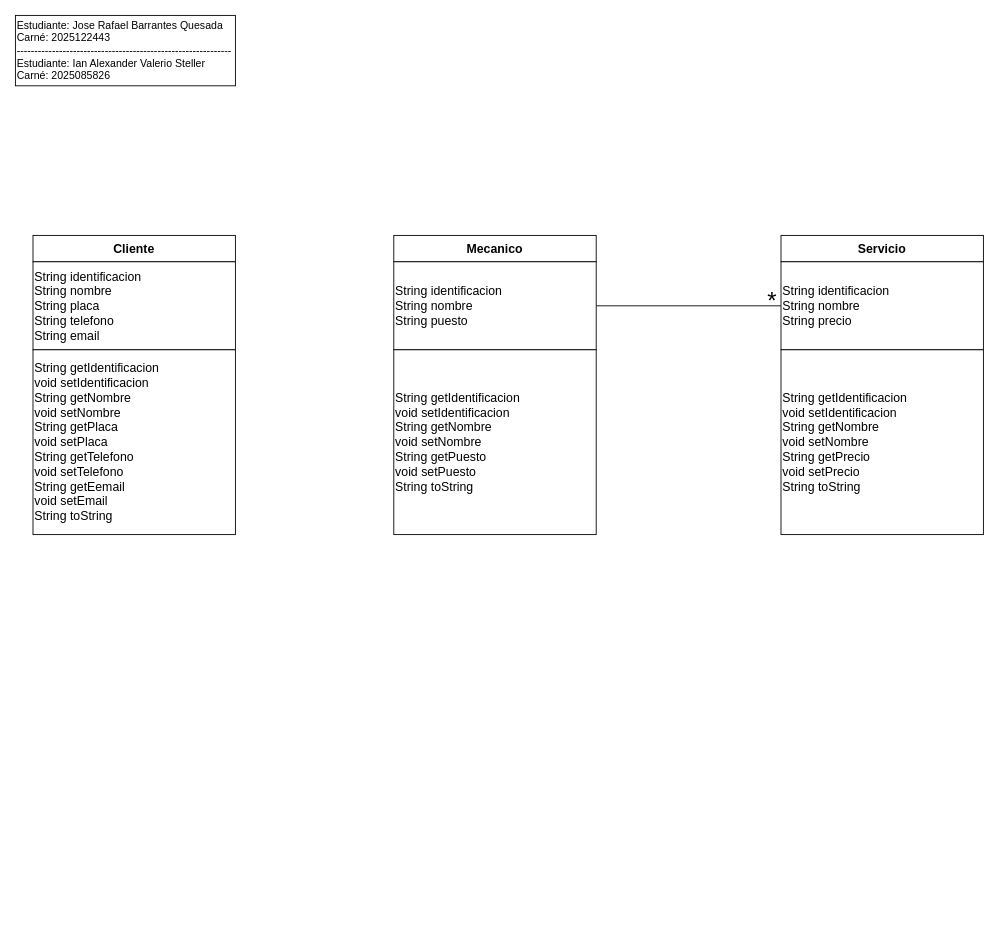
Before: Diagramas/Conceptos.drawio in RafaelBarrantes25/Proyecto-POO, a draw.io diagram. Source tidied: cells renumbered, new cells numbered last; positions are measured from the earlier drawing's top-left corner, leaving out a move shared by most shapes. Both pictures are drawn from the tidied source at 88%, with x=0, y=0 at pixel (15, 15).
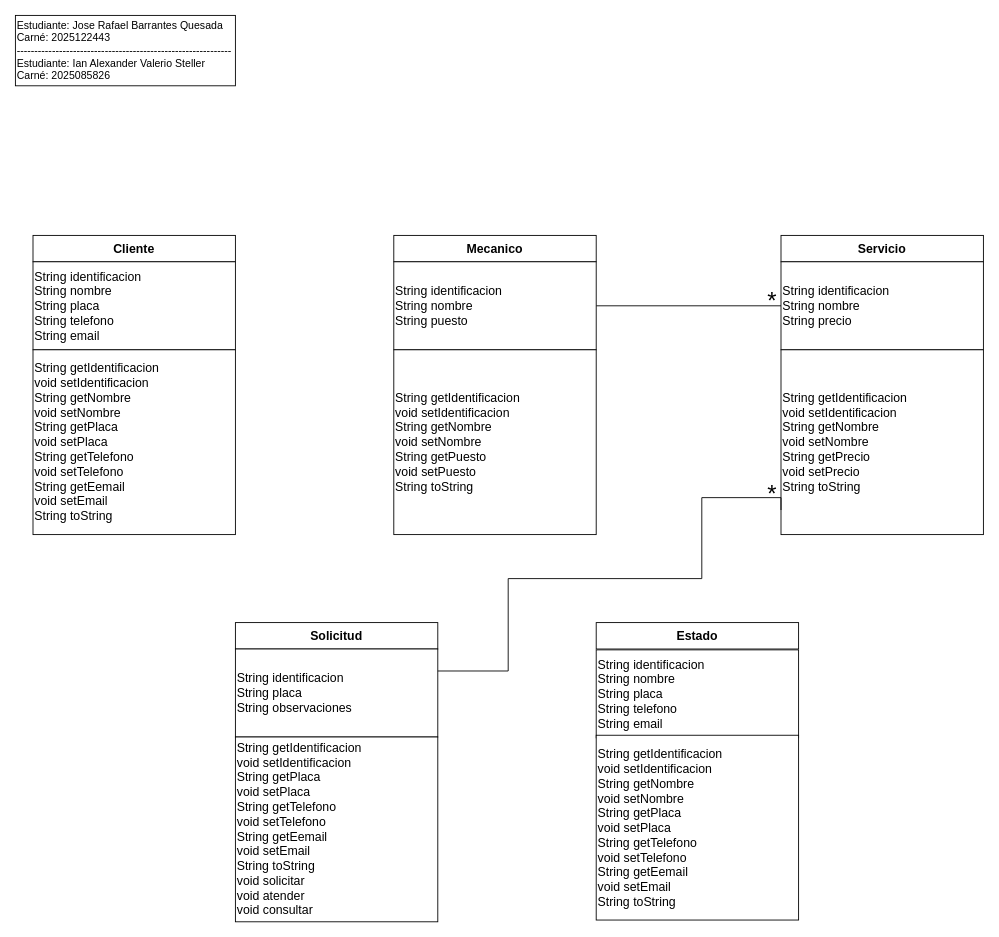
The same diagram, later.

The change refers to these unchanged cells:
```xml
<mxCell id="11" value="&lt;div&gt;&lt;font style=&quot;font-size: 14px;&quot;&gt;String getIdentificacion&lt;/font&gt;&lt;/div&gt;&lt;div&gt;&lt;font style=&quot;font-size: 14px;&quot;&gt;void setIdentificacion&lt;/font&gt;&lt;/div&gt;&lt;div&gt;&lt;font style=&quot;font-size: 14px;&quot;&gt;String getNombre&lt;/font&gt;&lt;/div&gt;&lt;div&gt;&lt;font style=&quot;font-size: 14px;&quot;&gt;void setNombre&lt;/font&gt;&lt;/div&gt;&lt;div&gt;&lt;font style=&quot;font-size: 14px;&quot;&gt;String getPrecio&lt;/font&gt;&lt;/div&gt;&lt;div&gt;&lt;font style=&quot;font-size: 14px;&quot;&gt;void setPrecio&lt;/font&gt;&lt;/div&gt;&lt;div&gt;&lt;font style=&quot;font-size: 14px;&quot;&gt;String toString&lt;/font&gt;&lt;/div&gt;" style="rounded=0;whiteSpace=wrap;html=1;align=left;" parent="1" vertex="1">
  <mxGeometry x="870" y="380" width="230" height="210" as="geometry" />
</mxCell>
```

What changed in the source:
```diff
@@
+    <mxCell id="14" value="&lt;font style=&quot;font-size: 14px;&quot;&gt;Solicitud&lt;/font&gt;" style="rounded=0;whiteSpace=wrap;html=1;fontStyle=1;" parent="1" vertex="1">
+      <mxGeometry x="250" y="690" width="230" height="30" as="geometry" />
+    </mxCell>
+    <mxCell id="15" value="&lt;div&gt;&lt;font style=&quot;font-size: 14px;&quot;&gt;String identificacion&lt;/font&gt;&lt;/div&gt;&lt;div&gt;&lt;font style=&quot;font-size: 14px;&quot;&gt;String placa&lt;/font&gt;&lt;/div&gt;&lt;div&gt;&lt;font style=&quot;font-size: 14px;&quot;&gt;String observaciones&lt;/font&gt;&lt;/div&gt;" style="rounded=0;whiteSpace=wrap;html=1;align=left;" parent="1" vertex="1">
+      <mxGeometry x="250" y="720" width="230" height="100" as="geometry" />
+    </mxCell>
+    <mxCell id="16" value="&lt;div&gt;&lt;font style=&quot;font-size: 14px;&quot;&gt;String getIdentificacion&lt;/font&gt;&lt;/div&gt;&lt;div&gt;&lt;font style=&quot;font-size: 14px;&quot;&gt;void setIdentificacion&lt;/font&gt;&lt;/div&gt;&lt;div&gt;&lt;span style=&quot;font-size: 14px; background-color: initial;&quot;&gt;String getPlaca&lt;/span&gt;&lt;br&gt;&lt;/div&gt;&lt;div&gt;&lt;font style=&quot;font-size: 14px;&quot;&gt;void setPlaca&lt;/font&gt;&lt;/div&gt;&lt;div&gt;&lt;font style=&quot;font-size: 14px;&quot;&gt;String getTelefono&lt;/font&gt;&lt;/div&gt;&lt;div&gt;&lt;font style=&quot;font-size: 14px;&quot;&gt;void setTelefono&lt;/font&gt;&lt;/div&gt;&lt;div&gt;&lt;font style=&quot;font-size: 14px;&quot;&gt;String getEemail&lt;/font&gt;&lt;/div&gt;&lt;div&gt;&lt;font style=&quot;font-size: 14px;&quot;&gt;void setEmail&lt;/font&gt;&lt;/div&gt;&lt;div&gt;&lt;font style=&quot;font-size: 14px;&quot;&gt;String toString&lt;/font&gt;&lt;/div&gt;&lt;div&gt;&lt;font style=&quot;font-size: 14px;&quot;&gt;void solicitar&lt;/font&gt;&lt;/div&gt;&lt;div&gt;&lt;font style=&quot;font-size: 14px;&quot;&gt;void atender&lt;/font&gt;&lt;/div&gt;&lt;div&gt;&lt;font style=&quot;font-size: 14px;&quot;&gt;void consultar&lt;/font&gt;&lt;/div&gt;" style="rounded=0;whiteSpace=wrap;html=1;align=left;" parent="1" vertex="1">
+      <mxGeometry x="250" y="820" width="230" height="210" as="geometry" />
+    </mxCell>
+    <mxCell id="17" value="&lt;font style=&quot;font-size: 14px;&quot;&gt;Estado&lt;/font&gt;" style="rounded=0;whiteSpace=wrap;html=1;fontStyle=1;" parent="1" vertex="1">
+      <mxGeometry x="660" y="690" width="230" height="30" as="geometry" />
+    </mxCell>
+    <mxCell id="18" value="&lt;div&gt;&lt;font style=&quot;font-size: 14px;&quot;&gt;String identificacion&lt;/font&gt;&lt;/div&gt;&lt;div&gt;&lt;font style=&quot;font-size: 14px;&quot;&gt;String nombre&lt;/font&gt;&lt;/div&gt;&lt;div&gt;&lt;font style=&quot;font-size: 14px;&quot;&gt;String placa&lt;/font&gt;&lt;/div&gt;&lt;div&gt;&lt;font style=&quot;font-size: 14px;&quot;&gt;String telefono&lt;/font&gt;&lt;/div&gt;&lt;div&gt;&lt;font style=&quot;font-size: 14px;&quot;&gt;String email&lt;/font&gt;&lt;/div&gt;" style="rounded=0;whiteSpace=wrap;html=1;align=left;" parent="1" vertex="1">
+      <mxGeometry x="660" y="721" width="230" height="100" as="geometry" />
+    </mxCell>
+    <mxCell id="19" value="&lt;div&gt;&lt;font style=&quot;font-size: 14px;&quot;&gt;String getIdentificacion&lt;/font&gt;&lt;/div&gt;&lt;div&gt;&lt;font style=&quot;font-size: 14px;&quot;&gt;void setIdentificacion&lt;/font&gt;&lt;/div&gt;&lt;div&gt;&lt;font style=&quot;font-size: 14px;&quot;&gt;String getNombre&lt;/font&gt;&lt;/div&gt;&lt;div&gt;&lt;font style=&quot;font-size: 14px;&quot;&gt;void setNombre&lt;/font&gt;&lt;/div&gt;&lt;div&gt;&lt;font style=&quot;font-size: 14px;&quot;&gt;String getPlaca&lt;/font&gt;&lt;/div&gt;&lt;div&gt;&lt;font style=&quot;font-size: 14px;&quot;&gt;void setPlaca&lt;/font&gt;&lt;/div&gt;&lt;div&gt;&lt;font style=&quot;font-size: 14px;&quot;&gt;String getTelefono&lt;/font&gt;&lt;/div&gt;&lt;div&gt;&lt;font style=&quot;font-size: 14px;&quot;&gt;void setTelefono&lt;/font&gt;&lt;/div&gt;&lt;div&gt;&lt;font style=&quot;font-size: 14px;&quot;&gt;String getEemail&lt;/font&gt;&lt;/div&gt;&lt;div&gt;&lt;font style=&quot;font-size: 14px;&quot;&gt;void setEmail&lt;/font&gt;&lt;/div&gt;&lt;div&gt;&lt;font style=&quot;font-size: 14px;&quot;&gt;String toString&lt;/font&gt;&lt;/div&gt;" style="rounded=0;whiteSpace=wrap;html=1;align=left;" parent="1" vertex="1">
+      <mxGeometry x="660" y="818" width="230" height="210" as="geometry" />
+    </mxCell>
+    <mxCell id="20" style="edgeStyle=orthogonalEdgeStyle;rounded=0;jettySize=auto;html=1;exitX=0;exitY=0.867;exitDx=0;exitDy=0;exitPerimeter=0;endArrow=none;endFill=0;" parent="1" edge="1" source="11">
+      <mxGeometry relative="1" as="geometry">
+        <mxPoint x="480" y="745" as="targetPoint" />
+        <Array as="points">
+          <mxPoint x="870" y="548" />
+          <mxPoint x="780" y="548" />
+          <mxPoint x="780" y="640" />
+          <mxPoint x="560" y="640" />
+          <mxPoint x="560" y="745" />
+        </Array>
+      </mxGeometry>
+    </mxCell>
+    <mxCell id="21" value="&lt;font style=&quot;font-size: 27px;&quot;&gt;*&lt;/font&gt;" style="text;html=1;whiteSpace=wrap;strokeColor=none;fillColor=none;align=center;verticalAlign=middle;rounded=0;" parent="1" vertex="1">
+      <mxGeometry x="830" y="530" width="60" height="30" as="geometry" />
+    </mxCell>
```
